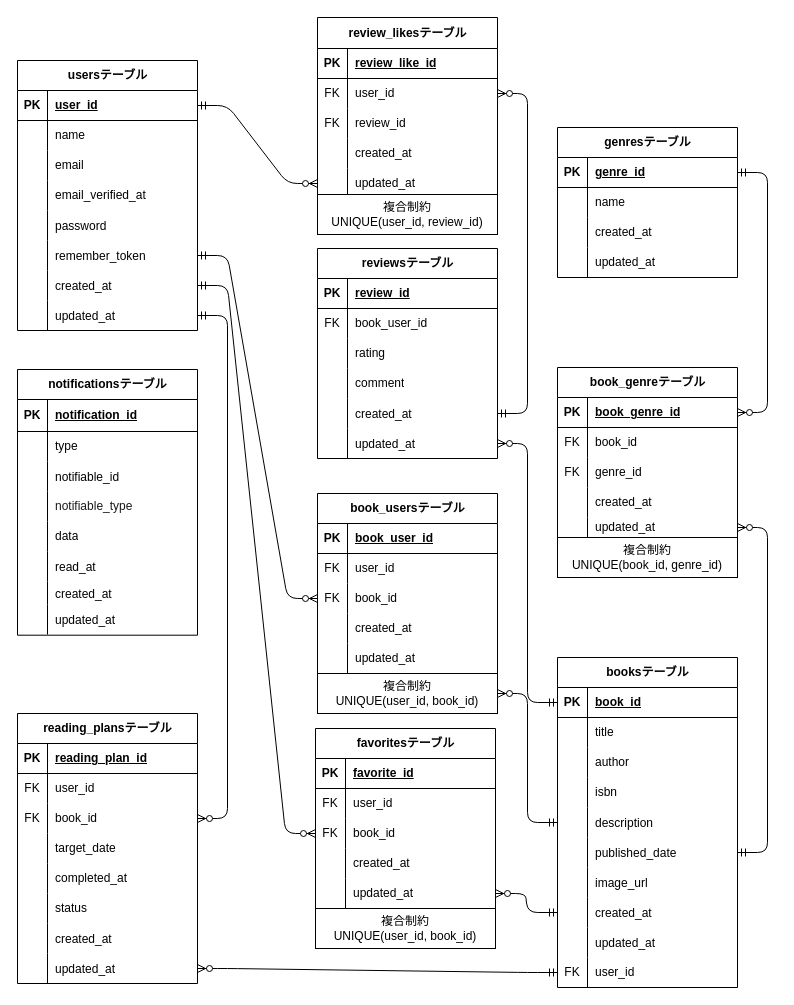
Earlier version of the draw.io diagram ER図.dio (naoaki-png/Bookshelf). Source tidied: cells renumbered, new cells numbered last; positions are measured from the earlier drawing's top-left corner, leaving out a move shared by most shapes. Both pictures are drawn from the tidied source at 100%, with x=0, y=0 at pixel (17, 17).
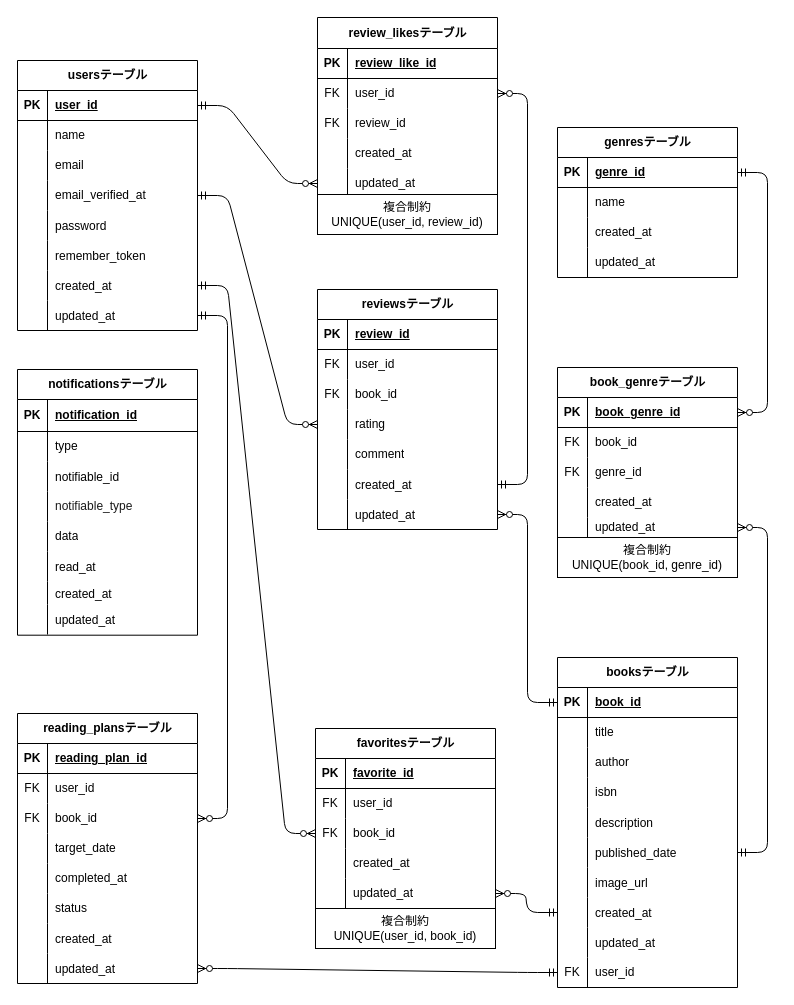
The same diagram, later.

The change refers to these unchanged cells:
```xml
<mxCell id="12" style="shape=tableRow;horizontal=0;startSize=0;swimlaneHead=0;swimlaneBody=0;fillColor=none;points=[[0,0.5],[1,0.5]];portConstraint=eastwest;top=0;left=0;right=0;bottom=0;" parent="2" vertex="1">
  <mxGeometry y="120" width="180" height="30" as="geometry" />
</mxCell>
<mxCell id="18" style="shape=tableRow;horizontal=0;startSize=0;swimlaneHead=0;swimlaneBody=0;fillColor=none;points=[[0,0.5],[1,0.5]];portConstraint=eastwest;top=0;left=0;right=0;bottom=0;" parent="2" vertex="1">
  <mxGeometry y="180" width="180" height="30" as="geometry" />
</mxCell>
<mxCell id="114" value="booksテーブル" style="shape=table;startSize=30;childLayout=tableLayout;rowLines=0;fontStyle=1;align=center;html=1;" parent="1" vertex="1">
  <mxGeometry x="540" y="640" width="180" height="330" as="geometry" />
</mxCell>
```

What changed in the source:
```diff
@@
     <mxCell id="57" value="reviewsテーブル" style="shape=table;startSize=30;childLayout=tableLayout;rowLines=0;fontStyle=1;align=center;html=1;" parent="1" vertex="1">
-      <mxGeometry x="300" y="231" width="180" height="210" as="geometry" />
+      <mxGeometry x="300" y="272" width="180" height="240" as="geometry" />
     </mxCell>
@@
+    <mxCell id="97" style="shape=tableRow;horizontal=0;startSize=0;swimlaneHead=0;swimlaneBody=0;fillColor=none;top=0;left=0;right=0;bottom=0;" parent="57" vertex="1">
+      <mxGeometry y="60" width="180" height="30" as="geometry" />
+    </mxCell>
+    <mxCell id="219" value="FK" style="shape=partialRectangle;fillColor=none;top=0;left=0;bottom=0;right=0;fontStyle=0;overflow=hidden;whiteSpace=wrap;html=1;" parent="97" vertex="1">
+      <mxGeometry width="30" height="30" as="geometry" />
+    </mxCell>
+    <mxCell id="99" value="user_id" style="shape=partialRectangle;fillColor=none;top=0;left=0;bottom=0;right=0;align=left;spacingLeft=6;fontStyle=0;overflow=hidden;whiteSpace=wrap;html=1;" parent="97" vertex="1">
+      <mxGeometry x="30" width="150" height="30" as="geometry" />
+    </mxCell>
     <mxCell id="61" style="shape=tableRow;horizontal=0;startSize=0;swimlaneHead=0;swimlaneBody=0;fillColor=none;top=0;left=0;right=0;bottom=0;" parent="57" vertex="1">
-      <mxGeometry y="60" width="180" height="30" as="geometry" />
+      <mxGeometry y="90" width="180" height="30" as="geometry" />
     </mxCell>
@@
-    <mxCell id="63" value="&lt;span style=&quot;color: rgb(0, 0, 0);&quot;&gt;book_&lt;/span&gt;user_id" style="shape=partialRectangle;fillColor=none;top=0;left=0;bottom=0;right=0;align=left;spacingLeft=6;fontStyle=0;overflow=hidden;whiteSpace=wrap;html=1;" parent="61" vertex="1">
+    <mxCell id="63" value="&lt;span style=&quot;color: rgb(0, 0, 0);&quot;&gt;book&lt;/span&gt;_id" style="shape=partialRectangle;fillColor=none;top=0;left=0;bottom=0;right=0;align=left;spacingLeft=6;fontStyle=0;overflow=hidden;whiteSpace=wrap;html=1;" parent="61" vertex="1">
       <mxGeometry x="30" width="150" height="30" as="geometry" />
     </mxCell>
     <mxCell id="64" style="shape=tableRow;horizontal=0;startSize=0;swimlaneHead=0;swimlaneBody=0;fillColor=none;points=[[0,0.5],[1,0.5]];portConstraint=eastwest;top=0;left=0;right=0;bottom=0;" parent="57" vertex="1">
-      <mxGeometry y="90" width="180" height="30" as="geometry" />
+      <mxGeometry y="120" width="180" height="30" as="geometry" />
     </mxCell>
@@
     <mxCell id="67" style="shape=tableRow;horizontal=0;startSize=0;swimlaneHead=0;swimlaneBody=0;fillColor=none;top=0;left=0;right=0;bottom=0;" parent="57" vertex="1">
-      <mxGeometry y="120" width="180" height="30" as="geometry" />
+      <mxGeometry y="150" width="180" height="30" as="geometry" />
     </mxCell>
@@
     <mxCell id="70" style="shape=tableRow;horizontal=0;startSize=0;swimlaneHead=0;swimlaneBody=0;fillColor=none;points=[[0,0.5],[1,0.5]];portConstraint=eastwest;top=0;left=0;right=0;bottom=0;" parent="57" vertex="1">
-      <mxGeometry y="150" width="180" height="30" as="geometry" />
+      <mxGeometry y="180" width="180" height="30" as="geometry" />
     </mxCell>
@@
     <mxCell id="73" style="shape=tableRow;horizontal=0;startSize=0;swimlaneHead=0;swimlaneBody=0;fillColor=none;points=[[0,0.5],[1,0.5]];portConstraint=eastwest;top=0;left=0;right=0;bottom=0;" parent="57" vertex="1">
-      <mxGeometry y="180" width="180" height="30" as="geometry" />
+      <mxGeometry y="210" width="180" height="30" as="geometry" />
     </mxCell>
@@
-    <mxCell id="93" value="book_usersテーブル" style="shape=table;startSize=30;childLayout=tableLayout;rowLines=0;fontStyle=1;align=center;html=1;" parent="1" vertex="1">
-      <mxGeometry x="300" y="476" width="180" height="180" as="geometry" />
-    </mxCell>
-    <mxCell id="94" style="shape=tableRow;horizontal=0;startSize=0;swimlaneHead=0;swimlaneBody=0;fillColor=none;top=0;left=0;right=0;bottom=1;" parent="93" vertex="1">
-      <mxGeometry y="30" width="180" height="30" as="geometry" />
-    </mxCell>
-    <mxCell id="95" value="PK" style="shape=partialRectangle;fillColor=none;top=0;left=0;bottom=0;right=0;fontStyle=1;overflow=hidden;whiteSpace=wrap;html=1;" parent="94" vertex="1">
-      <mxGeometry width="30" height="30" as="geometry" />
-    </mxCell>
-    <mxCell id="96" value="&lt;span style=&quot;color: rgb(0, 0, 0);&quot;&gt;book_&lt;/span&gt;user_id" style="shape=partialRectangle;fillColor=none;top=0;left=0;bottom=0;right=0;align=left;spacingLeft=6;fontStyle=5;overflow=hidden;whiteSpace=wrap;html=1;" parent="94" vertex="1">
-      <mxGeometry x="30" width="150" height="30" as="geometry" />
-    </mxCell>
-    <mxCell id="97" style="shape=tableRow;horizontal=0;startSize=0;swimlaneHead=0;swimlaneBody=0;fillColor=none;top=0;left=0;right=0;bottom=0;" parent="93" vertex="1">
-      <mxGeometry y="60" width="180" height="30" as="geometry" />
-    </mxCell>
-    <mxCell id="98" value="FK" style="shape=partialRectangle;fillColor=none;top=0;left=0;bottom=0;right=0;fontStyle=0;overflow=hidden;whiteSpace=wrap;html=1;" parent="97" vertex="1">
-      <mxGeometry width="30" height="30" as="geometry" />
-    </mxCell>
-    <mxCell id="99" value="user_id" style="shape=partialRectangle;fillColor=none;top=0;left=0;bottom=0;right=0;align=left;spacingLeft=6;fontStyle=0;overflow=hidden;whiteSpace=wrap;html=1;" parent="97" vertex="1">
-      <mxGeometry x="30" width="150" height="30" as="geometry" />
-    </mxCell>
-    <mxCell id="100" style="shape=tableRow;horizontal=0;startSize=0;swimlaneHead=0;swimlaneBody=0;fillColor=none;points=[[0,0.5],[1,0.5]];portConstraint=eastwest;top=0;left=0;right=0;bottom=0;" parent="93" vertex="1">
-      <mxGeometry y="90" width="180" height="30" as="geometry" />
-    </mxCell>
-    <mxCell id="101" value="FK" style="shape=partialRectangle;fillColor=none;top=0;left=0;bottom=0;right=0;fontStyle=0;overflow=hidden;whiteSpace=wrap;html=1;" parent="100" vertex="1">
-      <mxGeometry width="30" height="30" as="geometry" />
-    </mxCell>
-    <mxCell id="102" value="book_id" style="shape=partialRectangle;fillColor=none;top=0;left=0;bottom=0;right=0;align=left;spacingLeft=6;fontStyle=0;overflow=hidden;whiteSpace=wrap;html=1;" parent="100" vertex="1">
-      <mxGeometry x="30" width="150" height="30" as="geometry" />
-    </mxCell>
-    <mxCell id="103" style="shape=tableRow;horizontal=0;startSize=0;swimlaneHead=0;swimlaneBody=0;fillColor=none;top=0;left=0;right=0;bottom=0;" parent="93" vertex="1">
-      <mxGeometry y="120" width="180" height="30" as="geometry" />
-    </mxCell>
-    <mxCell id="104" style="shape=partialRectangle;fillColor=none;top=0;left=0;bottom=0;right=0;overflow=hidden;whiteSpace=wrap;html=1;" parent="103" vertex="1">
-      <mxGeometry width="30" height="30" as="geometry" />
-    </mxCell>
-    <mxCell id="105" value="&lt;span style=&quot;color: rgb(0, 0, 0); white-space: nowrap;&quot;&gt;created_at&lt;/span&gt;" style="shape=partialRectangle;fillColor=none;top=0;left=0;bottom=0;right=0;align=left;spacingLeft=6;overflow=hidden;whiteSpace=wrap;html=1;" parent="103" vertex="1">
-      <mxGeometry x="30" width="150" height="30" as="geometry" />
-    </mxCell>
-    <mxCell id="106" style="shape=tableRow;horizontal=0;startSize=0;swimlaneHead=0;swimlaneBody=0;fillColor=none;top=0;left=0;right=0;bottom=0;" parent="93" vertex="1">
-      <mxGeometry y="150" width="180" height="30" as="geometry" />
-    </mxCell>
-    <mxCell id="107" style="shape=partialRectangle;fillColor=none;top=0;left=0;bottom=0;right=0;overflow=hidden;whiteSpace=wrap;html=1;" parent="106" vertex="1">
-      <mxGeometry width="30" height="30" as="geometry" />
-    </mxCell>
-    <mxCell id="108" value="&lt;span style=&quot;color: rgb(0, 0, 0); white-space: nowrap;&quot;&gt;updated_at&lt;/span&gt;" style="shape=partialRectangle;fillColor=none;top=0;left=0;bottom=0;right=0;align=left;spacingLeft=6;overflow=hidden;whiteSpace=wrap;html=1;" parent="106" vertex="1">
-      <mxGeometry x="30" width="150" height="30" as="geometry" />
-    </mxCell>
-    <mxCell id="109" value="複合制約&lt;div&gt;UNIQUE(user_id, book_id)&lt;/div&gt;" style="whiteSpace=wrap;html=1;align=center;direction=west;" parent="1" vertex="1">
-      <mxGeometry x="300" y="656" width="180" height="40" as="geometry" />
-    </mxCell>
@@
-    <mxCell id="112" style="edgeStyle=entityRelationEdgeStyle;fontSize=12;html=1;endArrow=ERzeroToMany;startArrow=ERmandOne;" parent="1" edge="1" source="114" target="109">
-      <mxGeometry relative="1" as="geometry">
-        <Array as="points">
-          <mxPoint x="680" y="465" />
-          <mxPoint x="400" y="385" />
-        </Array>
-      </mxGeometry>
-    </mxCell>
-    <mxCell id="113" style="edgeStyle=entityRelationEdgeStyle;fontSize=12;html=1;endArrow=ERzeroToMany;startArrow=ERmandOne;" parent="1" edge="1" source="18" target="100">
-      <mxGeometry relative="1" as="geometry" />
-    </mxCell>
@@
+    <mxCell id="220" style="edgeStyle=entityRelationEdgeStyle;fontSize=12;html=1;endArrow=ERzeroToMany;startArrow=ERmandOne;" parent="1" edge="1" source="12" target="64">
+      <mxGeometry relative="1" as="geometry">
+        <Array as="points">
+          <mxPoint x="200" y="510" />
+        </Array>
+      </mxGeometry>
+    </mxCell>
```
